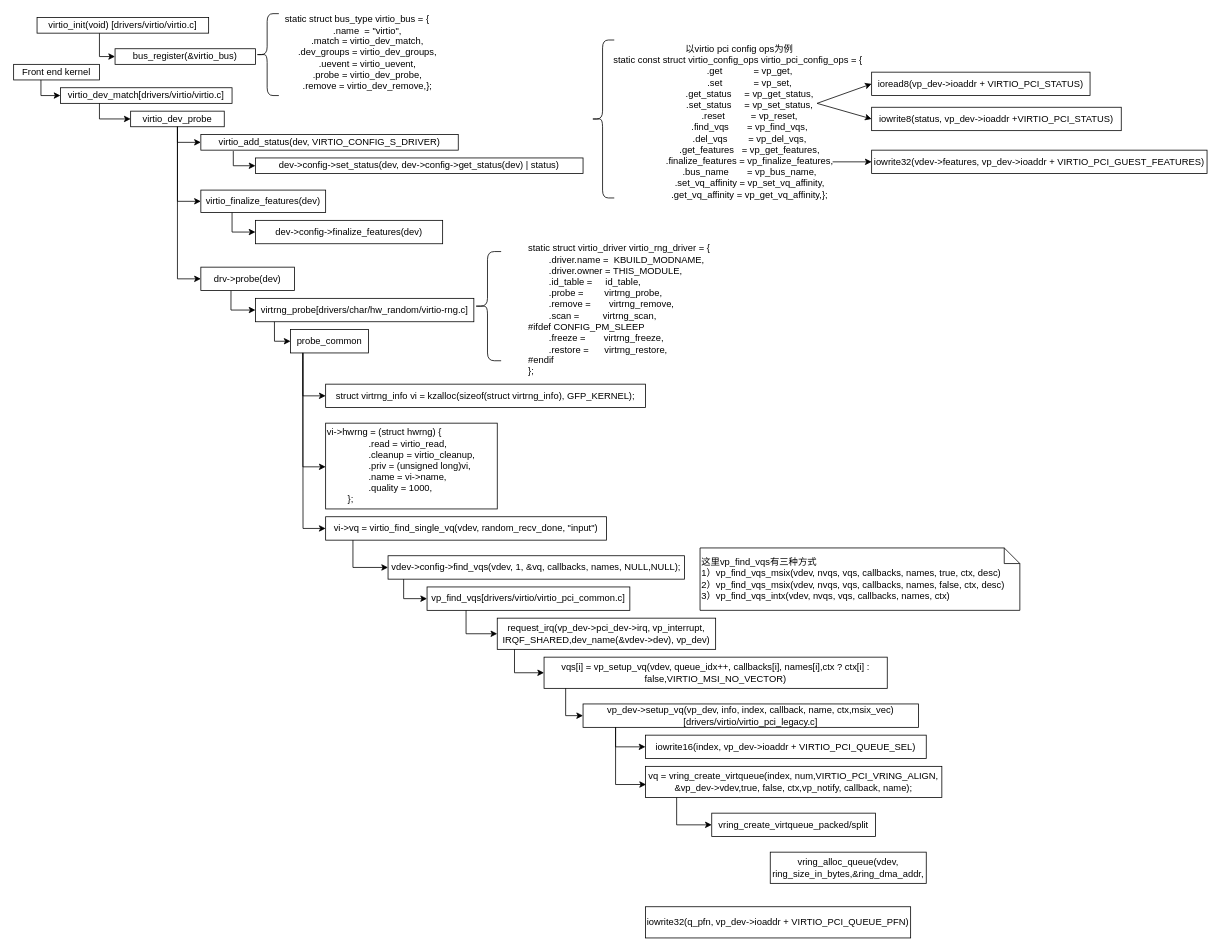
Above: frontend_init.drawio in JannaiWu/Drawio (draw.io), before the change. Source tidied: cells renumbered, new cells numbered last; positions are measured from the earlier drawing's top-left corner, leaving out a move shared by most shapes. Both pictures are drawn from the tidied source at 78%, with x=0, y=0 at pixel (13, 13).
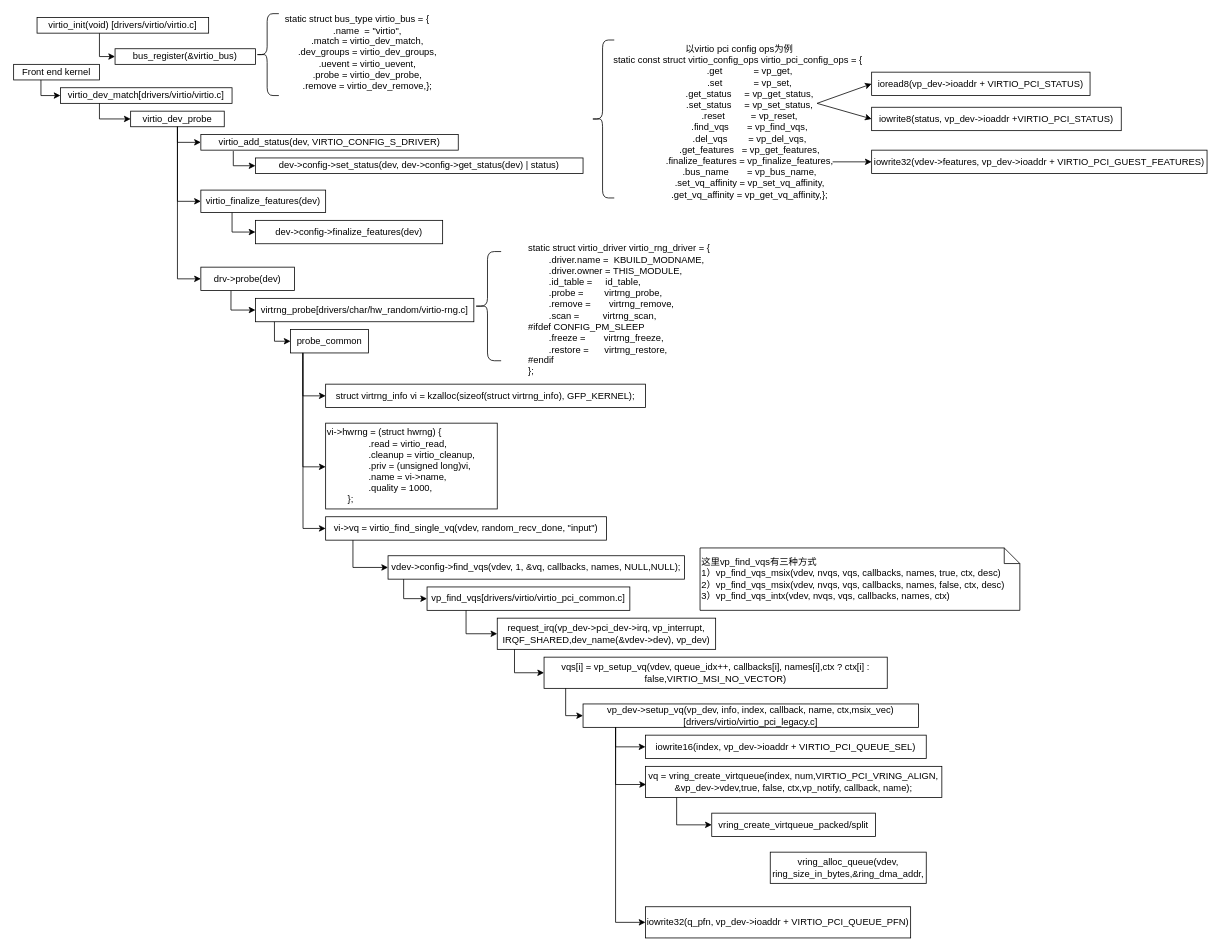
The same diagram, later.

Unchanged cells that the change refers to:
```xml
<mxCell id="51" value="vp_dev-&amp;gt;setup_vq(vp_dev, info, index, callback, name, ctx,msix_vec)[drivers/virtio/virtio_pci_legacy.c]" style="whiteSpace=wrap;html=1;" parent="1" vertex="1">
  <mxGeometry x="730" y="885" width="430" height="30" as="geometry" />
</mxCell>
<mxCell id="57" value="iowrite32(q_pfn, vp_dev-&amp;gt;ioaddr + VIRTIO_PCI_QUEUE_PFN)" style="whiteSpace=wrap;html=1;" parent="1" vertex="1">
  <mxGeometry x="810" y="1145" width="340" height="40" as="geometry" />
</mxCell>
```

Change to the diagram source:
```diff
@@
+    <mxCell id="61" style="edgeStyle=segmentEdgeStyle;endArrow=classic;html=1;rounded=0;entryX=0;entryY=0.5;entryDx=0;entryDy=0;exitX=0.097;exitY=1.003;exitDx=0;exitDy=0;exitPerimeter=0;" parent="1" edge="1" source="51" target="57">
+      <mxGeometry relative="1" as="geometry">
+        <Array as="points">
+          <mxPoint x="772" y="1165" />
+        </Array>
+      </mxGeometry>
+    </mxCell>
```
